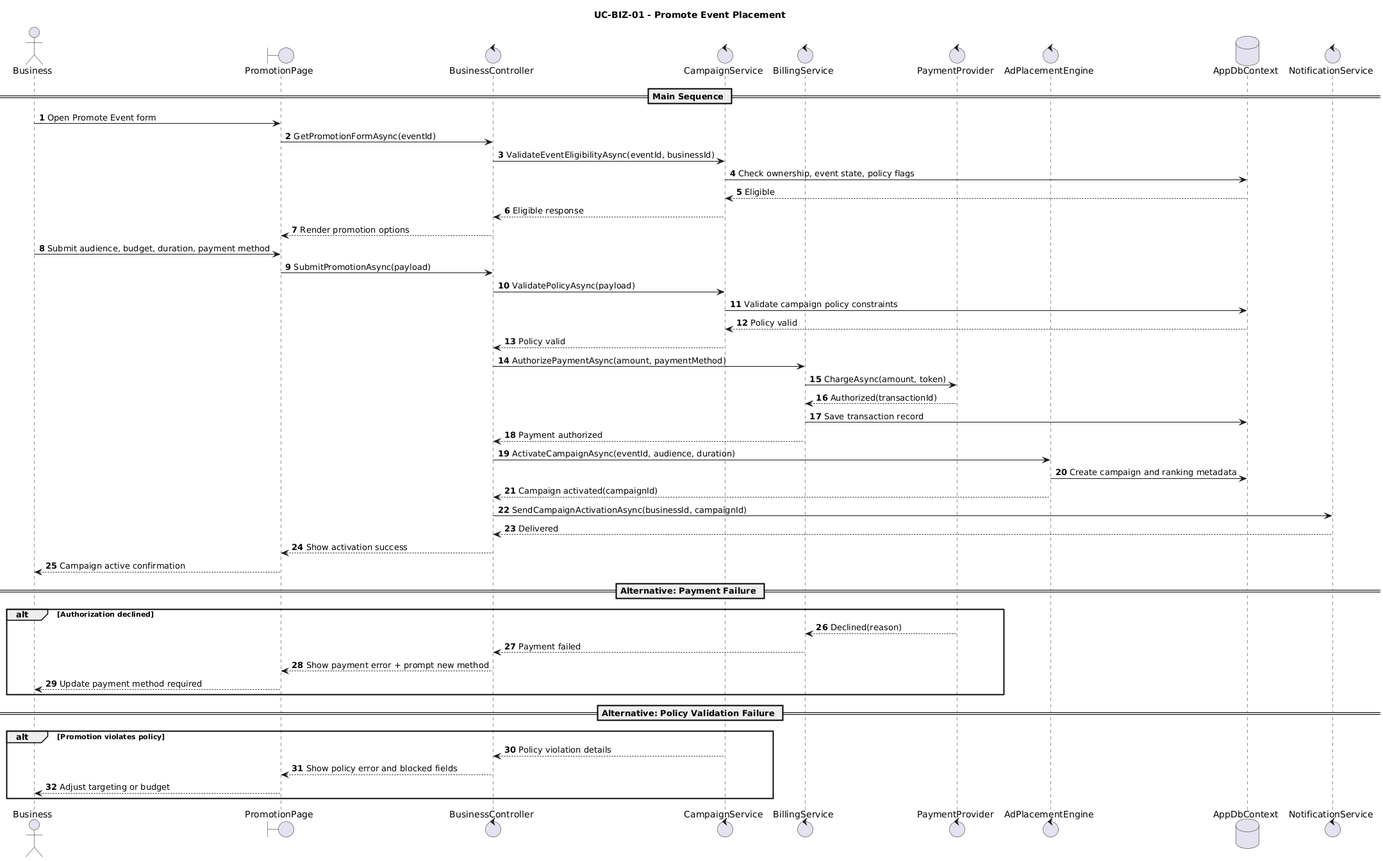
gorge-unc23/4ThePlot keeps this PlantUML diagram as User Cases/Sequence Diagrams/BusinessRole/PromoteEventPlacement.png. Above is the earlier version.
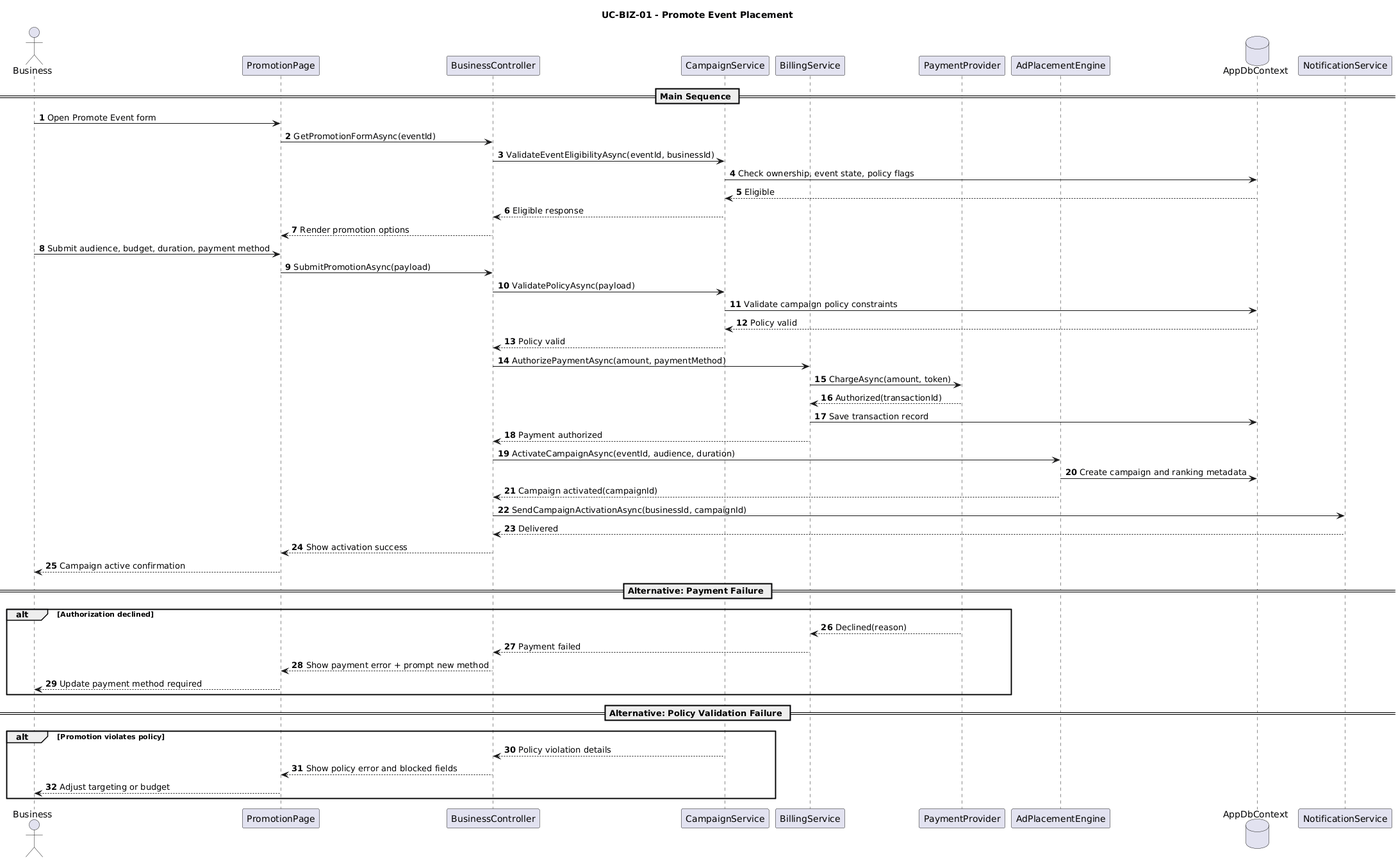
The same diagram one commit later.

Diff of the diagram source:
```diff
@@ -1,59 +1,59 @@
 @startuml
 title UC-BIZ-01 - Promote Event Placement
-autonumber
+  autonumber
 
-actor Business
-boundary PromotionPage
-control BusinessController
-control CampaignService
-control BillingService
-control PaymentProvider
-control AdPlacementEngine
-database AppDbContext
-control NotificationService
+  actor Business
+  participant PromotionPage
+  participant BusinessController
+  participant CampaignService
+  participant BillingService
+  participant PaymentProvider
+  participant AdPlacementEngine
+  database AppDbContext
+  participant NotificationService
 
-== Main Sequence ==
-Business -> PromotionPage: Open Promote Event form
-PromotionPage -> BusinessController: GetPromotionFormAsync(eventId)
-BusinessController -> CampaignService: ValidateEventEligibilityAsync(eventId, businessId)
-CampaignService -> AppDbContext: Check ownership, event state, policy flags
-AppDbContext --> CampaignService: Eligible
-CampaignService --> BusinessController: Eligible response
-BusinessController --> PromotionPage: Render promotion options
+  == Main Sequence ==
+  Business -> PromotionPage: Open Promote Event form
+  PromotionPage -> BusinessController: GetPromotionFormAsync(eventId)
+  BusinessController -> CampaignService: ValidateEventEligibilityAsync(eventId, businessId)
+  CampaignService -> AppDbContext: Check ownership, event state, policy flags
+  AppDbContext --> CampaignService: Eligible
+  CampaignService --> BusinessController: Eligible response
+  BusinessController --> PromotionPage: Render promotion options
 
-Business -> PromotionPage: Submit audience, budget, duration, payment method
-PromotionPage -> BusinessController: SubmitPromotionAsync(payload)
-BusinessController -> CampaignService: ValidatePolicyAsync(payload)
-CampaignService -> AppDbContext: Validate campaign policy constraints
-AppDbContext --> CampaignService: Policy valid
-CampaignService --> BusinessController: Policy valid
+  Business -> PromotionPage: Submit audience, budget, duration, payment method
+  PromotionPage -> BusinessController: SubmitPromotionAsync(payload)
+  BusinessController -> CampaignService: ValidatePolicyAsync(payload)
+  CampaignService -> AppDbContext: Validate campaign policy constraints
+  AppDbContext --> CampaignService: Policy valid
+  CampaignService --> BusinessController: Policy valid
 
-BusinessController -> BillingService: AuthorizePaymentAsync(amount, paymentMethod)
-BillingService -> PaymentProvider: ChargeAsync(amount, token)
-PaymentProvider --> BillingService: Authorized(transactionId)
-BillingService -> AppDbContext: Save transaction record
-BillingService --> BusinessController: Payment authorized
+  BusinessController -> BillingService: AuthorizePaymentAsync(amount, paymentMethod)
+  BillingService -> PaymentProvider: ChargeAsync(amount, token)
+  PaymentProvider --> BillingService: Authorized(transactionId)
+  BillingService -> AppDbContext: Save transaction record
+  BillingService --> BusinessController: Payment authorized
 
-BusinessController -> AdPlacementEngine: ActivateCampaignAsync(eventId, audience, duration)
-AdPlacementEngine -> AppDbContext: Create campaign and ranking metadata
-AdPlacementEngine --> BusinessController: Campaign activated(campaignId)
-BusinessController -> NotificationService: SendCampaignActivationAsync(businessId, campaignId)
-NotificationService --> BusinessController: Delivered
-BusinessController --> PromotionPage: Show activation success
-PromotionPage --> Business: Campaign active confirmation
+  BusinessController -> AdPlacementEngine: ActivateCampaignAsync(eventId, audience, duration)
+  AdPlacementEngine -> AppDbContext: Create campaign and ranking metadata
+  AdPlacementEngine --> BusinessController: Campaign activated(campaignId)
+  BusinessController -> NotificationService: SendCampaignActivationAsync(businessId, campaignId)
+  NotificationService --> BusinessController: Delivered
+  BusinessController --> PromotionPage: Show activation success
+  PromotionPage --> Business: Campaign active confirmation
 
-== Alternative: Payment Failure ==
-alt Authorization declined
-  PaymentProvider --> BillingService: Declined(reason)
-  BillingService --> BusinessController: Payment failed
-  BusinessController --> PromotionPage: Show payment error + prompt new method
-  PromotionPage --> Business: Update payment method required
-end
+  == Alternative: Payment Failure ==
+  alt Authorization declined
+    PaymentProvider --> BillingService: Declined(reason)
+    BillingService --> BusinessController: Payment failed
+    BusinessController --> PromotionPage: Show payment error + prompt new method
+    PromotionPage --> Business: Update payment method required
+  end
 
-== Alternative: Policy Validation Failure ==
-alt Promotion violates policy
-  CampaignService --> BusinessController: Policy violation details
-  BusinessController --> PromotionPage: Show policy error and blocked fields
-  PromotionPage --> Business: Adjust targeting or budget
-end
+  == Alternative: Policy Validation Failure ==
+  alt Promotion violates policy
+    CampaignService --> BusinessController: Policy violation details
+    BusinessController --> PromotionPage: Show policy error and blocked fields
+    PromotionPage --> Business: Adjust targeting or budget
+  end
 @enduml
```
